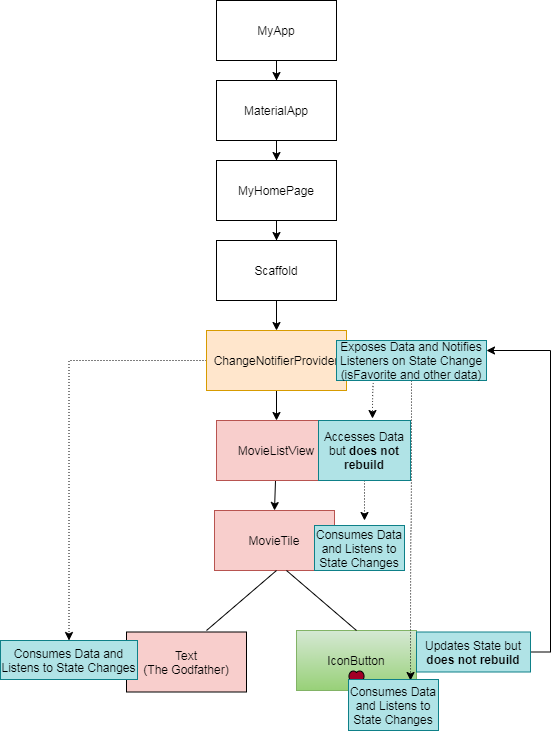
Before: flutter/stmang17.png, a diagram exported from draw.io (walkingtree/images). Source tidied: cells renumbered, new cells last; positions are measured from the earlier drawing's top-left corner, leaving out a move shared by most shapes.
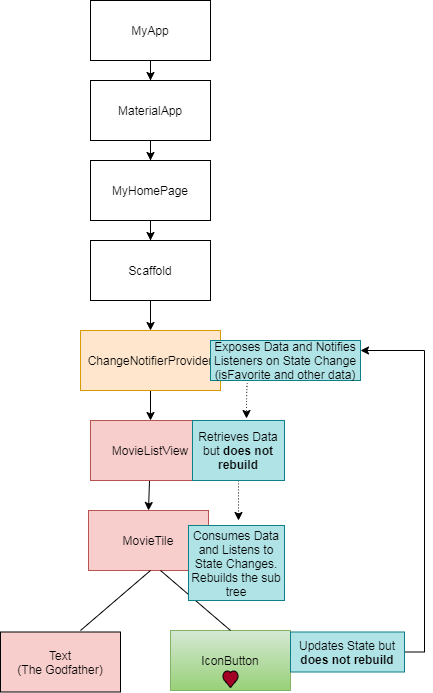
The same diagram one commit later.

Change to the diagram source:
```diff
@@ -36,9 +36,6 @@
     <mxCell id="10" style="verticalLabelPosition=bottom;verticalAlign=top;html=1;shape=mxgraph.basic.heart;fillColor=#a20025;fontColor=#ffffff;sketch=0;comic=0;backgroundOutline=0;labelBackgroundColor=none;labelBorderColor=none;" parent="1" vertex="1">
       <mxGeometry x="348" y="670" width="16" height="17" as="geometry" />
     </mxCell>
-    <mxCell id="11" value="Consumes Data and Listens to State Changes" style="rounded=0;whiteSpace=wrap;html=1;labelBackgroundColor=none;strokeColor=#0e8088;fillColor=#b0e3e6;" parent="1" vertex="1">
-      <mxGeometry y="640" width="137" height="39" as="geometry" />
-    </mxCell>
     <mxCell id="12" style="edgeStyle=orthogonalEdgeStyle;rounded=0;jettySize=auto;html=1;entryX=0.5;entryY=0;entryDx=0;entryDy=0;" parent="1" edge="1" source="13" target="15">
       <mxGeometry relative="1" as="geometry" />
     </mxCell>
@@ -63,36 +60,27 @@
     <mxCell id="19" value="Scaffold" style="rounded=0;whiteSpace=wrap;html=1;" parent="1" vertex="1">
       <mxGeometry x="216" y="240" width="120" height="60" as="geometry" />
     </mxCell>
-    <mxCell id="20" style="edgeStyle=orthogonalEdgeStyle;rounded=0;jettySize=auto;html=1;dashed=1;dashPattern=1 2;entryX=0.5;entryY=0;entryDx=0;entryDy=0;" parent="1" edge="1" source="22" target="11">
-      <mxGeometry relative="1" as="geometry" />
-    </mxCell>
     <mxCell id="21" style="edgeStyle=orthogonalEdgeStyle;rounded=0;jettySize=auto;html=1;entryX=0.5;entryY=0;entryDx=0;entryDy=0;" parent="1" edge="1" source="22" target="3">
       <mxGeometry relative="1" as="geometry" />
     </mxCell>
     <mxCell id="22" value="ChangeNotifierProvider" style="rounded=0;whiteSpace=wrap;html=1;fillColor=#ffe6cc;strokeColor=#d79b00;" parent="1" vertex="1">
       <mxGeometry x="206" y="330" width="140" height="60" as="geometry" />
     </mxCell>
-    <mxCell id="23" style="edgeStyle=orthogonalEdgeStyle;curved=1;rounded=0;jettySize=auto;html=1;dashed=1;dashPattern=1 2;entryX=0.689;entryY=0.02;entryDx=0;entryDy=0;entryPerimeter=0;" parent="1" edge="1" source="25" target="26">
-      <mxGeometry relative="1" as="geometry" />
-    </mxCell>
     <mxCell id="24" style="edgeStyle=orthogonalEdgeStyle;curved=1;rounded=0;jettySize=auto;html=1;exitX=0.25;exitY=1;exitDx=0;exitDy=0;dashed=1;dashPattern=1 2;entryX=0.587;entryY=-0.033;entryDx=0;entryDy=0;entryPerimeter=0;" parent="1" edge="1" source="25" target="29">
       <mxGeometry relative="1" as="geometry" />
     </mxCell>
     <mxCell id="25" value="Exposes Data and Notifies Listeners on State Change&lt;br&gt;(isFavorite and other data)" style="rounded=0;whiteSpace=wrap;html=1;fillColor=#b0e3e6;strokeColor=#0e8088;" parent="1" vertex="1">
       <mxGeometry x="336" y="340" width="150" height="40" as="geometry" />
     </mxCell>
-    <mxCell id="26" value="Consumes Data and Listens to State Changes" style="rounded=0;whiteSpace=wrap;html=1;fillColor=#b0e3e6;strokeColor=#0e8088;" parent="1" vertex="1">
-      <mxGeometry x="348" y="679" width="90" height="51" as="geometry" />
-    </mxCell>
-    <mxCell id="27" value="Consumes Data and Listens to State Changes" style="rounded=0;whiteSpace=wrap;html=1;fillColor=#b0e3e6;strokeColor=#0e8088;" parent="1" vertex="1">
-      <mxGeometry x="314" y="525" width="90" height="45" as="geometry" />
+    <mxCell id="27" value="Consumes Data and Listens to State Changes. Rebuilds the sub tree" style="rounded=0;whiteSpace=wrap;html=1;fillColor=#b0e3e6;strokeColor=#0e8088;" parent="1" vertex="1">
+      <mxGeometry x="314" y="525" width="96" height="75" as="geometry" />
     </mxCell>
     <mxCell id="28" style="edgeStyle=orthogonalEdgeStyle;curved=1;rounded=0;jettySize=auto;html=1;exitX=0.5;exitY=1;exitDx=0;exitDy=0;dashed=1;dashPattern=1 2;" parent="1" edge="1" source="29">
       <mxGeometry relative="1" as="geometry">
         <mxPoint x="364" y="520" as="targetPoint" />
       </mxGeometry>
     </mxCell>
-    <mxCell id="29" value="Accesses Data but &lt;b&gt;does not rebuild&lt;/b&gt;" style="rounded=0;whiteSpace=wrap;html=1;fillColor=#b0e3e6;strokeColor=#0e8088;" parent="1" vertex="1">
+    <mxCell id="29" value="Retrieves Data but &lt;b&gt;does not rebuild&lt;/b&gt;" style="rounded=0;whiteSpace=wrap;html=1;fillColor=#b0e3e6;strokeColor=#0e8088;" parent="1" vertex="1">
       <mxGeometry x="318" y="420" width="92" height="60" as="geometry" />
     </mxCell>
     <mxCell id="30" style="edgeStyle=orthogonalEdgeStyle;rounded=0;jettySize=auto;html=1;exitX=1;exitY=0.5;exitDx=0;exitDy=0;entryX=1;entryY=0.25;entryDx=0;entryDy=0;" parent="1" edge="1" source="31" target="25">
```
